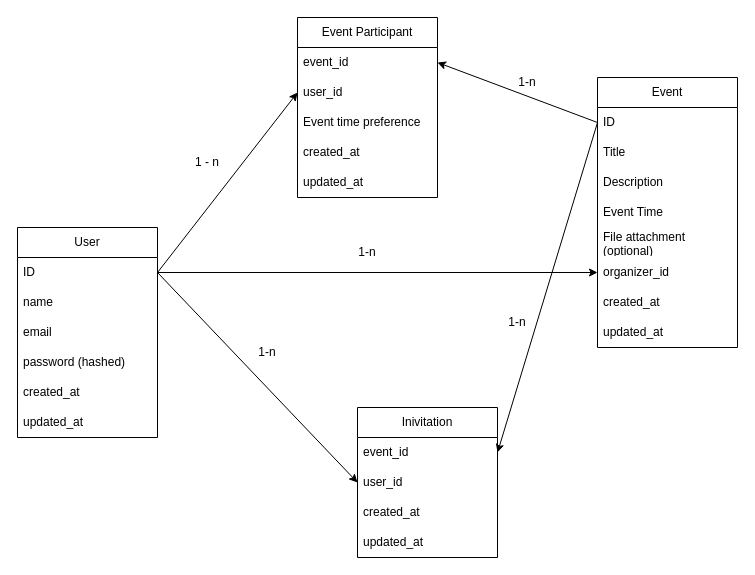
alishasrivas/Coordin8 keeps this draw.io diagram as relation.drawio. Above is the earlier version. Source tidied: cells renumbered, new cells numbered last; positions are measured from the earlier drawing's top-left corner, leaving out a move shared by most shapes. Both pictures are drawn from the tidied source at 100%, with x=0, y=0 at pixel (17, 17).
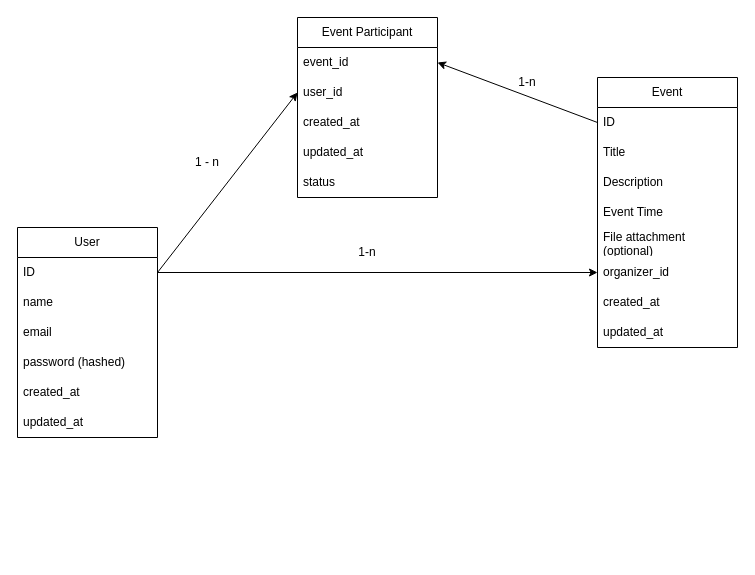
Above is the later version.

Commit message (it also covers changes not shown here):
simplify database schema #71: removed Invitation model, it was not needed, and it was causing confusion; added status field to EventParticipant model, to keep track of the status of the invitation

The change refers to these unchanged cells:
```xml
<mxCell id="3" value="ID" style="text;strokeColor=none;fillColor=none;align=left;verticalAlign=middle;spacingLeft=4;spacingRight=4;overflow=hidden;points=[[0,0.5],[1,0.5]];portConstraint=eastwest;whiteSpace=wrap;html=1;" parent="2" vertex="1">
  <mxGeometry y="30" width="140" height="30" as="geometry" />
</mxCell>
<mxCell id="10" value="ID" style="text;strokeColor=none;fillColor=none;align=left;verticalAlign=middle;spacingLeft=4;spacingRight=4;overflow=hidden;points=[[0,0.5],[1,0.5]];portConstraint=eastwest;whiteSpace=wrap;html=1;" parent="9" vertex="1">
  <mxGeometry y="30" width="140" height="30" as="geometry" />
</mxCell>
<mxCell id="18" value="Event Participant" style="swimlane;fontStyle=0;horizontal=1;startSize=30;whiteSpace=wrap;html=1;" parent="1" vertex="1">
  <mxGeometry x="280" width="140" height="180" as="geometry" />
</mxCell>
```

The edit, as a diff of the source:
```diff
@@
-    <mxCell id="21" value="Event time preference" style="text;strokeColor=none;fillColor=none;align=left;verticalAlign=middle;spacingLeft=4;spacingRight=4;overflow=hidden;whiteSpace=wrap;html=1;" parent="18" vertex="1">
-      <mxGeometry y="90" width="140" height="30" as="geometry" />
-    </mxCell>
     <mxCell id="22" value="created_at" style="text;strokeColor=none;fillColor=none;align=left;verticalAlign=middle;spacingLeft=4;spacingRight=4;overflow=hidden;whiteSpace=wrap;html=1;" parent="18" vertex="1">
-      <mxGeometry y="120" width="140" height="30" as="geometry" />
+      <mxGeometry y="90" width="140" height="30" as="geometry" />
     </mxCell>
     <mxCell id="23" value="updated_at" style="text;strokeColor=none;fillColor=none;align=left;verticalAlign=middle;spacingLeft=4;spacingRight=4;overflow=hidden;whiteSpace=wrap;html=1;" parent="18" vertex="1">
-      <mxGeometry y="150" width="140" height="30" as="geometry" />
+      <mxGeometry y="120" width="140" height="30" as="geometry" />
     </mxCell>
+    <mxCell id="21" value="status" style="text;strokeColor=none;fillColor=none;align=left;verticalAlign=middle;spacingLeft=4;spacingRight=4;overflow=hidden;whiteSpace=wrap;html=1;" parent="18" vertex="1">
+      <mxGeometry y="150" width="140" height="30" as="geometry" />
+    </mxCell>
@@
-    <mxCell id="27" value="Inivitation" style="swimlane;fontStyle=0;horizontal=1;startSize=30;whiteSpace=wrap;html=1;" parent="1" vertex="1">
-      <mxGeometry x="340" y="390" width="140" height="150" as="geometry" />
-    </mxCell>
-    <mxCell id="28" value="event_id" style="text;strokeColor=none;fillColor=none;align=left;verticalAlign=middle;spacingLeft=4;spacingRight=4;overflow=hidden;points=[[0,0.5],[1,0.5]];portConstraint=eastwest;whiteSpace=wrap;html=1;" parent="27" vertex="1">
-      <mxGeometry y="30" width="140" height="30" as="geometry" />
-    </mxCell>
-    <mxCell id="29" value="user_id" style="text;strokeColor=none;fillColor=none;align=left;verticalAlign=middle;spacingLeft=4;spacingRight=4;overflow=hidden;points=[[0,0.5],[1,0.5]];portConstraint=eastwest;whiteSpace=wrap;html=1;" parent="27" vertex="1">
-      <mxGeometry y="60" width="140" height="30" as="geometry" />
-    </mxCell>
-    <mxCell id="30" value="created_at" style="text;strokeColor=none;fillColor=none;align=left;verticalAlign=middle;spacingLeft=4;spacingRight=4;overflow=hidden;whiteSpace=wrap;html=1;" parent="27" vertex="1">
-      <mxGeometry y="90" width="140" height="30" as="geometry" />
-    </mxCell>
-    <mxCell id="31" value="updated_at" style="text;strokeColor=none;fillColor=none;align=left;verticalAlign=middle;spacingLeft=4;spacingRight=4;overflow=hidden;whiteSpace=wrap;html=1;" parent="27" vertex="1">
-      <mxGeometry y="120" width="140" height="30" as="geometry" />
-    </mxCell>
-    <mxCell id="32" style="edgeStyle=none;html=1;exitX=1;exitY=0.5;exitDx=0;exitDy=0;entryX=0;entryY=0.5;entryDx=0;entryDy=0;" parent="1" edge="1" source="3" target="29">
-      <mxGeometry relative="1" as="geometry" />
-    </mxCell>
-    <mxCell id="33" style="edgeStyle=none;html=1;exitX=0;exitY=0.5;exitDx=0;exitDy=0;entryX=1;entryY=0.5;entryDx=0;entryDy=0;" parent="1" edge="1" source="10" target="28">
-      <mxGeometry relative="1" as="geometry" />
-    </mxCell>
-    <mxCell id="34" value="1-n" style="text;strokeColor=none;align=center;fillColor=none;html=1;verticalAlign=middle;whiteSpace=wrap;rounded=0;" parent="1" vertex="1">
-      <mxGeometry x="220" y="320" width="60" height="30" as="geometry" />
-    </mxCell>
-    <mxCell id="35" value="1-n" style="text;strokeColor=none;align=center;fillColor=none;html=1;verticalAlign=middle;whiteSpace=wrap;rounded=0;" parent="1" vertex="1">
-      <mxGeometry x="470" y="290" width="60" height="30" as="geometry" />
-    </mxCell>
```
